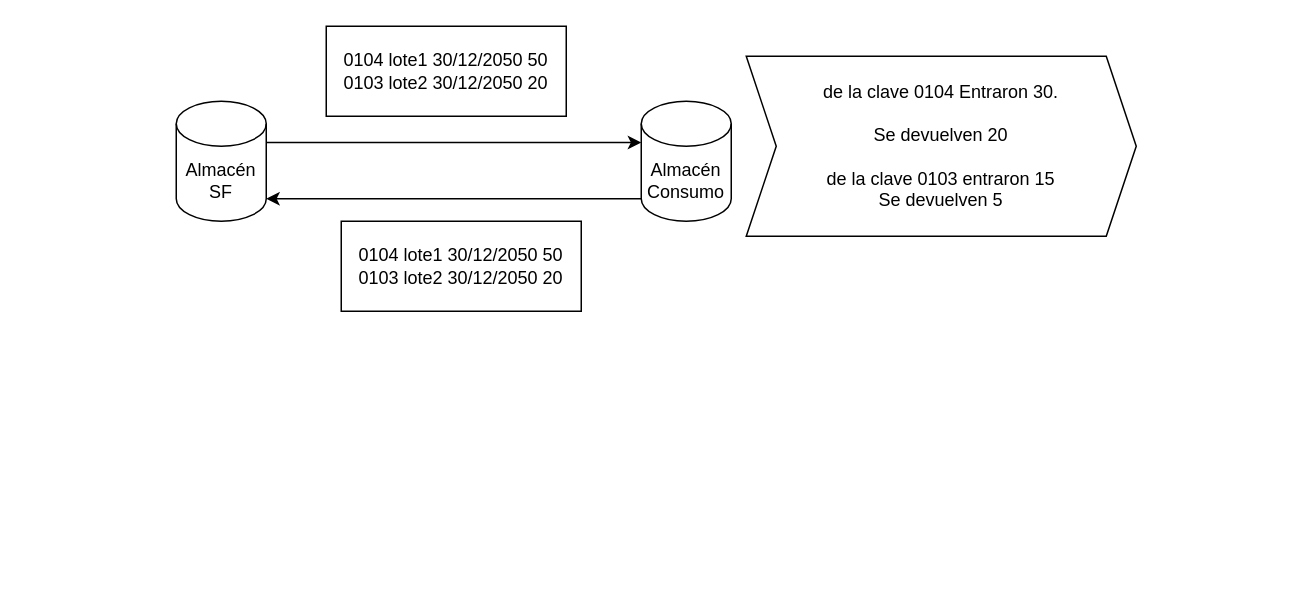
The draw.io diagram Devolución.drawio in ErnestoDanielTafoyaMolinaCYM/clases-cat-cym, before the edit. Source tidied: cells renumbered, new cells numbered last; positions are measured from the earlier drawing's top-left corner, leaving out a move shared by most shapes. Both pictures are drawn from the tidied source at 150%, with x=0, y=0 at pixel (176, 26).
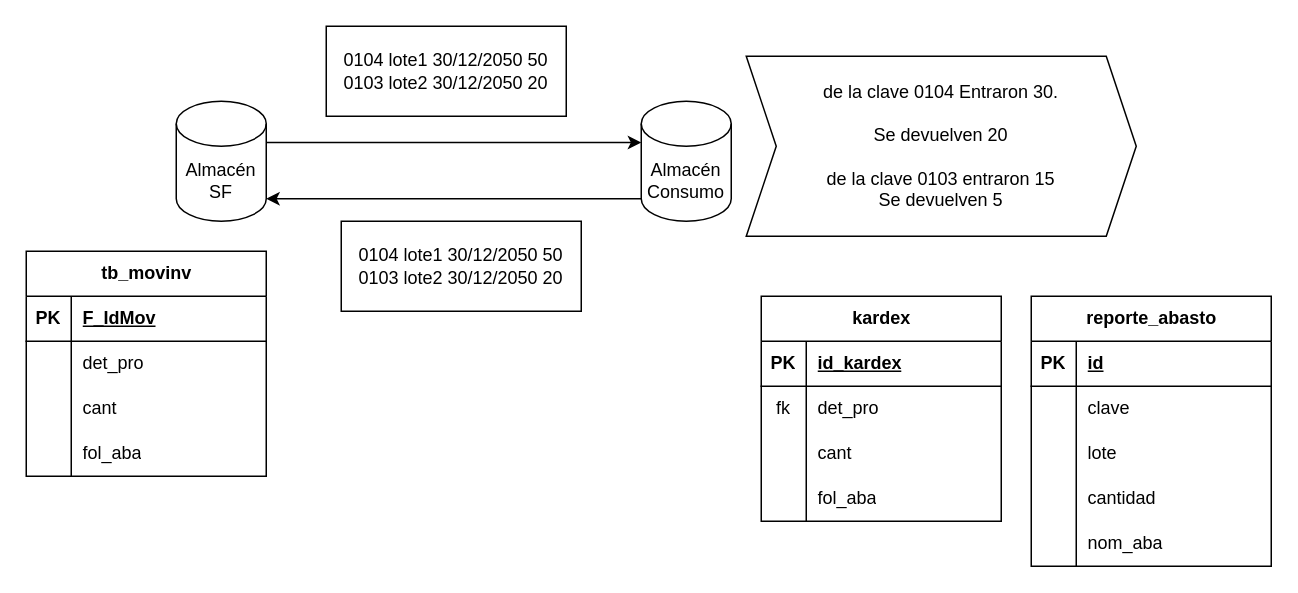
Above is the later version.

The edit, as a diff of the source:
```diff
@@
+    <mxCell id="9" value="kardex" style="shape=table;startSize=30;childLayout=tableLayout;rowLines=0;fontStyle=1;align=center;html=1;" parent="1" vertex="1">
+      <mxGeometry x="390" y="180" width="160" height="150" as="geometry" />
+    </mxCell>
+    <mxCell id="10" style="shape=tableRow;horizontal=0;startSize=0;swimlaneHead=0;swimlaneBody=0;fillColor=none;top=0;left=0;right=0;bottom=1;" parent="9" vertex="1">
+      <mxGeometry y="30" width="160" height="30" as="geometry" />
+    </mxCell>
+    <mxCell id="11" value="PK" style="shape=partialRectangle;fillColor=none;top=0;left=0;bottom=0;right=0;fontStyle=1;overflow=hidden;whiteSpace=wrap;html=1;" parent="10" vertex="1">
+      <mxGeometry width="30" height="30" as="geometry" />
+    </mxCell>
+    <mxCell id="12" value="id_kardex" style="shape=partialRectangle;fillColor=none;top=0;left=0;bottom=0;right=0;align=left;spacingLeft=6;fontStyle=5;overflow=hidden;whiteSpace=wrap;html=1;" parent="10" vertex="1">
+      <mxGeometry x="30" width="130" height="30" as="geometry" />
+    </mxCell>
+    <mxCell id="13" style="shape=tableRow;horizontal=0;startSize=0;swimlaneHead=0;swimlaneBody=0;fillColor=none;top=0;left=0;right=0;bottom=0;" parent="9" vertex="1">
+      <mxGeometry y="60" width="160" height="30" as="geometry" />
+    </mxCell>
+    <mxCell id="14" value="fk" style="shape=partialRectangle;fillColor=none;top=0;left=0;bottom=0;right=0;overflow=hidden;whiteSpace=wrap;html=1;" parent="13" vertex="1">
+      <mxGeometry width="30" height="30" as="geometry" />
+    </mxCell>
+    <mxCell id="15" value="det_pro" style="shape=partialRectangle;fillColor=none;top=0;left=0;bottom=0;right=0;align=left;spacingLeft=6;overflow=hidden;whiteSpace=wrap;html=1;" parent="13" vertex="1">
+      <mxGeometry x="30" width="130" height="30" as="geometry" />
+    </mxCell>
+    <mxCell id="16" style="shape=tableRow;horizontal=0;startSize=0;swimlaneHead=0;swimlaneBody=0;fillColor=none;top=0;left=0;right=0;bottom=0;" parent="9" vertex="1">
+      <mxGeometry y="90" width="160" height="30" as="geometry" />
+    </mxCell>
+    <mxCell id="17" style="shape=partialRectangle;fillColor=none;top=0;left=0;bottom=0;right=0;overflow=hidden;whiteSpace=wrap;html=1;" parent="16" vertex="1">
+      <mxGeometry width="30" height="30" as="geometry" />
+    </mxCell>
+    <mxCell id="18" value="cant" style="shape=partialRectangle;fillColor=none;top=0;left=0;bottom=0;right=0;align=left;spacingLeft=6;overflow=hidden;whiteSpace=wrap;html=1;" parent="16" vertex="1">
+      <mxGeometry x="30" width="130" height="30" as="geometry" />
+    </mxCell>
+    <mxCell id="19" style="shape=tableRow;horizontal=0;startSize=0;swimlaneHead=0;swimlaneBody=0;fillColor=none;top=0;left=0;right=0;bottom=0;" parent="9" vertex="1">
+      <mxGeometry y="120" width="160" height="30" as="geometry" />
+    </mxCell>
+    <mxCell id="20" style="shape=partialRectangle;fillColor=none;top=0;left=0;bottom=0;right=0;overflow=hidden;whiteSpace=wrap;html=1;" parent="19" vertex="1">
+      <mxGeometry width="30" height="30" as="geometry" />
+    </mxCell>
+    <mxCell id="21" value="fol_aba" style="shape=partialRectangle;fillColor=none;top=0;left=0;bottom=0;right=0;align=left;spacingLeft=6;overflow=hidden;whiteSpace=wrap;html=1;" parent="19" vertex="1">
+      <mxGeometry x="30" width="130" height="30" as="geometry" />
+    </mxCell>
+    <mxCell id="22" value="reporte_abasto" style="shape=table;startSize=30;childLayout=tableLayout;rowLines=0;fontStyle=1;align=center;html=1;" parent="1" vertex="1">
+      <mxGeometry x="570" y="180" width="160" height="180" as="geometry" />
+    </mxCell>
+    <mxCell id="23" style="shape=tableRow;horizontal=0;startSize=0;swimlaneHead=0;swimlaneBody=0;fillColor=none;top=0;left=0;right=0;bottom=1;" parent="22" vertex="1">
+      <mxGeometry y="30" width="160" height="30" as="geometry" />
+    </mxCell>
+    <mxCell id="24" value="PK" style="shape=partialRectangle;fillColor=none;top=0;left=0;bottom=0;right=0;fontStyle=1;overflow=hidden;whiteSpace=wrap;html=1;" parent="23" vertex="1">
+      <mxGeometry width="30" height="30" as="geometry" />
+    </mxCell>
+    <mxCell id="25" value="id" style="shape=partialRectangle;fillColor=none;top=0;left=0;bottom=0;right=0;align=left;spacingLeft=6;fontStyle=5;overflow=hidden;whiteSpace=wrap;html=1;" parent="23" vertex="1">
+      <mxGeometry x="30" width="130" height="30" as="geometry" />
+    </mxCell>
+    <mxCell id="26" style="shape=tableRow;horizontal=0;startSize=0;swimlaneHead=0;swimlaneBody=0;fillColor=none;top=0;left=0;right=0;bottom=0;" parent="22" vertex="1">
+      <mxGeometry y="60" width="160" height="30" as="geometry" />
+    </mxCell>
+    <mxCell id="27" style="shape=partialRectangle;fillColor=none;top=0;left=0;bottom=0;right=0;overflow=hidden;whiteSpace=wrap;html=1;" parent="26" vertex="1">
+      <mxGeometry width="30" height="30" as="geometry" />
+    </mxCell>
+    <mxCell id="28" value="clave" style="shape=partialRectangle;fillColor=none;top=0;left=0;bottom=0;right=0;align=left;spacingLeft=6;overflow=hidden;whiteSpace=wrap;html=1;" parent="26" vertex="1">
+      <mxGeometry x="30" width="130" height="30" as="geometry" />
+    </mxCell>
+    <mxCell id="29" style="shape=tableRow;horizontal=0;startSize=0;swimlaneHead=0;swimlaneBody=0;fillColor=none;top=0;left=0;right=0;bottom=0;" parent="22" vertex="1">
+      <mxGeometry y="90" width="160" height="30" as="geometry" />
+    </mxCell>
+    <mxCell id="30" style="shape=partialRectangle;fillColor=none;top=0;left=0;bottom=0;right=0;overflow=hidden;whiteSpace=wrap;html=1;" parent="29" vertex="1">
+      <mxGeometry width="30" height="30" as="geometry" />
+    </mxCell>
+    <mxCell id="31" value="lote" style="shape=partialRectangle;fillColor=none;top=0;left=0;bottom=0;right=0;align=left;spacingLeft=6;overflow=hidden;whiteSpace=wrap;html=1;" parent="29" vertex="1">
+      <mxGeometry x="30" width="130" height="30" as="geometry" />
+    </mxCell>
+    <mxCell id="32" style="shape=tableRow;horizontal=0;startSize=0;swimlaneHead=0;swimlaneBody=0;fillColor=none;top=0;left=0;right=0;bottom=0;" parent="22" vertex="1">
+      <mxGeometry y="120" width="160" height="30" as="geometry" />
+    </mxCell>
+    <mxCell id="33" style="shape=partialRectangle;fillColor=none;top=0;left=0;bottom=0;right=0;overflow=hidden;whiteSpace=wrap;html=1;" parent="32" vertex="1">
+      <mxGeometry width="30" height="30" as="geometry" />
+    </mxCell>
+    <mxCell id="34" value="cantidad" style="shape=partialRectangle;fillColor=none;top=0;left=0;bottom=0;right=0;align=left;spacingLeft=6;overflow=hidden;whiteSpace=wrap;html=1;" parent="32" vertex="1">
+      <mxGeometry x="30" width="130" height="30" as="geometry" />
+    </mxCell>
+    <mxCell id="35" style="shape=tableRow;horizontal=0;startSize=0;swimlaneHead=0;swimlaneBody=0;fillColor=none;top=0;left=0;right=0;bottom=0;" parent="22" vertex="1">
+      <mxGeometry y="150" width="160" height="30" as="geometry" />
+    </mxCell>
+    <mxCell id="36" style="shape=partialRectangle;fillColor=none;top=0;left=0;bottom=0;right=0;overflow=hidden;whiteSpace=wrap;html=1;" parent="35" vertex="1">
+      <mxGeometry width="30" height="30" as="geometry" />
+    </mxCell>
+    <mxCell id="37" value="nom_aba" style="shape=partialRectangle;fillColor=none;top=0;left=0;bottom=0;right=0;align=left;spacingLeft=6;overflow=hidden;whiteSpace=wrap;html=1;" parent="35" vertex="1">
+      <mxGeometry x="30" width="130" height="30" as="geometry" />
+    </mxCell>
+    <mxCell id="38" value="tb_movinv" style="shape=table;startSize=30;childLayout=tableLayout;rowLines=0;fontStyle=1;align=center;html=1;" parent="1" vertex="1">
+      <mxGeometry x="-100" y="150" width="160" height="150" as="geometry" />
+    </mxCell>
+    <mxCell id="39" style="shape=tableRow;horizontal=0;startSize=0;swimlaneHead=0;swimlaneBody=0;fillColor=none;top=0;left=0;right=0;bottom=1;" parent="38" vertex="1">
+      <mxGeometry y="30" width="160" height="30" as="geometry" />
+    </mxCell>
+    <mxCell id="40" value="PK" style="shape=partialRectangle;fillColor=none;top=0;left=0;bottom=0;right=0;fontStyle=1;overflow=hidden;whiteSpace=wrap;html=1;" parent="39" vertex="1">
+      <mxGeometry width="30" height="30" as="geometry" />
+    </mxCell>
+    <mxCell id="41" value="F_IdMov" style="shape=partialRectangle;fillColor=none;top=0;left=0;bottom=0;right=0;align=left;spacingLeft=6;fontStyle=5;overflow=hidden;whiteSpace=wrap;html=1;" parent="39" vertex="1">
+      <mxGeometry x="30" width="130" height="30" as="geometry" />
+    </mxCell>
+    <mxCell id="42" style="shape=tableRow;horizontal=0;startSize=0;swimlaneHead=0;swimlaneBody=0;fillColor=none;top=0;left=0;right=0;bottom=0;" parent="38" vertex="1">
+      <mxGeometry y="60" width="160" height="30" as="geometry" />
+    </mxCell>
+    <mxCell id="43" style="shape=partialRectangle;fillColor=none;top=0;left=0;bottom=0;right=0;overflow=hidden;whiteSpace=wrap;html=1;" parent="42" vertex="1">
+      <mxGeometry width="30" height="30" as="geometry" />
+    </mxCell>
+    <mxCell id="44" value="det_pro" style="shape=partialRectangle;fillColor=none;top=0;left=0;bottom=0;right=0;align=left;spacingLeft=6;overflow=hidden;whiteSpace=wrap;html=1;" parent="42" vertex="1">
+      <mxGeometry x="30" width="130" height="30" as="geometry" />
+    </mxCell>
+    <mxCell id="45" style="shape=tableRow;horizontal=0;startSize=0;swimlaneHead=0;swimlaneBody=0;fillColor=none;top=0;left=0;right=0;bottom=0;" parent="38" vertex="1">
+      <mxGeometry y="90" width="160" height="30" as="geometry" />
+    </mxCell>
+    <mxCell id="46" style="shape=partialRectangle;fillColor=none;top=0;left=0;bottom=0;right=0;overflow=hidden;whiteSpace=wrap;html=1;" parent="45" vertex="1">
+      <mxGeometry width="30" height="30" as="geometry" />
+    </mxCell>
+    <mxCell id="47" value="cant" style="shape=partialRectangle;fillColor=none;top=0;left=0;bottom=0;right=0;align=left;spacingLeft=6;overflow=hidden;whiteSpace=wrap;html=1;" parent="45" vertex="1">
+      <mxGeometry x="30" width="130" height="30" as="geometry" />
+    </mxCell>
+    <mxCell id="48" style="shape=tableRow;horizontal=0;startSize=0;swimlaneHead=0;swimlaneBody=0;fillColor=none;top=0;left=0;right=0;bottom=0;" parent="38" vertex="1">
+      <mxGeometry y="120" width="160" height="30" as="geometry" />
+    </mxCell>
+    <mxCell id="49" style="shape=partialRectangle;fillColor=none;top=0;left=0;bottom=0;right=0;overflow=hidden;whiteSpace=wrap;html=1;" parent="48" vertex="1">
+      <mxGeometry width="30" height="30" as="geometry" />
+    </mxCell>
+    <mxCell id="50" value="fol_aba" style="shape=partialRectangle;fillColor=none;top=0;left=0;bottom=0;right=0;align=left;spacingLeft=6;overflow=hidden;whiteSpace=wrap;html=1;" parent="48" vertex="1">
+      <mxGeometry x="30" width="130" height="30" as="geometry" />
+    </mxCell>
```
